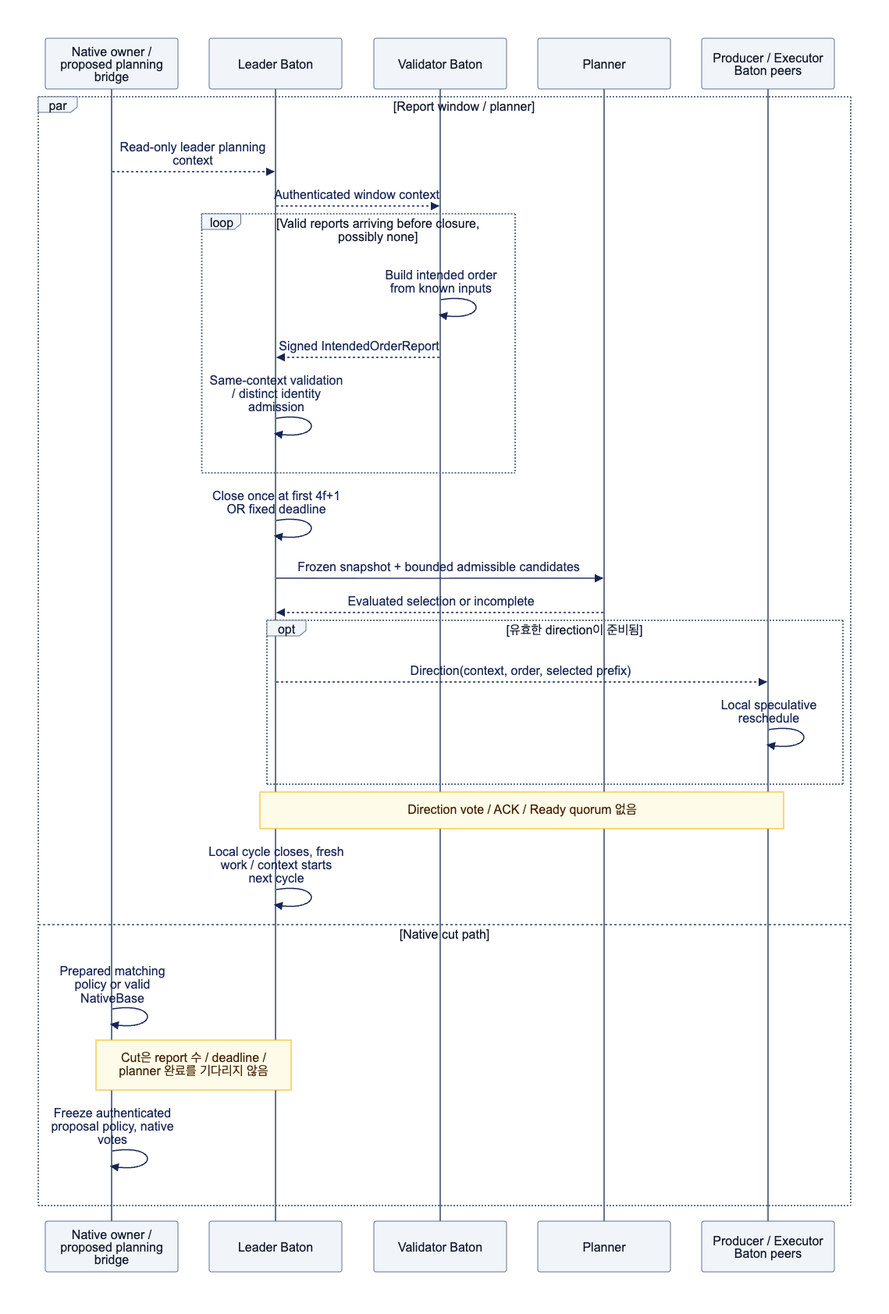
Before: docs/assets/diagrams/diagram-06.png, a diagram exported from Mermaid (djm07073/baton-research). Its source is kept beside it as docs/assets/diagrams/diagram-06.mmd.
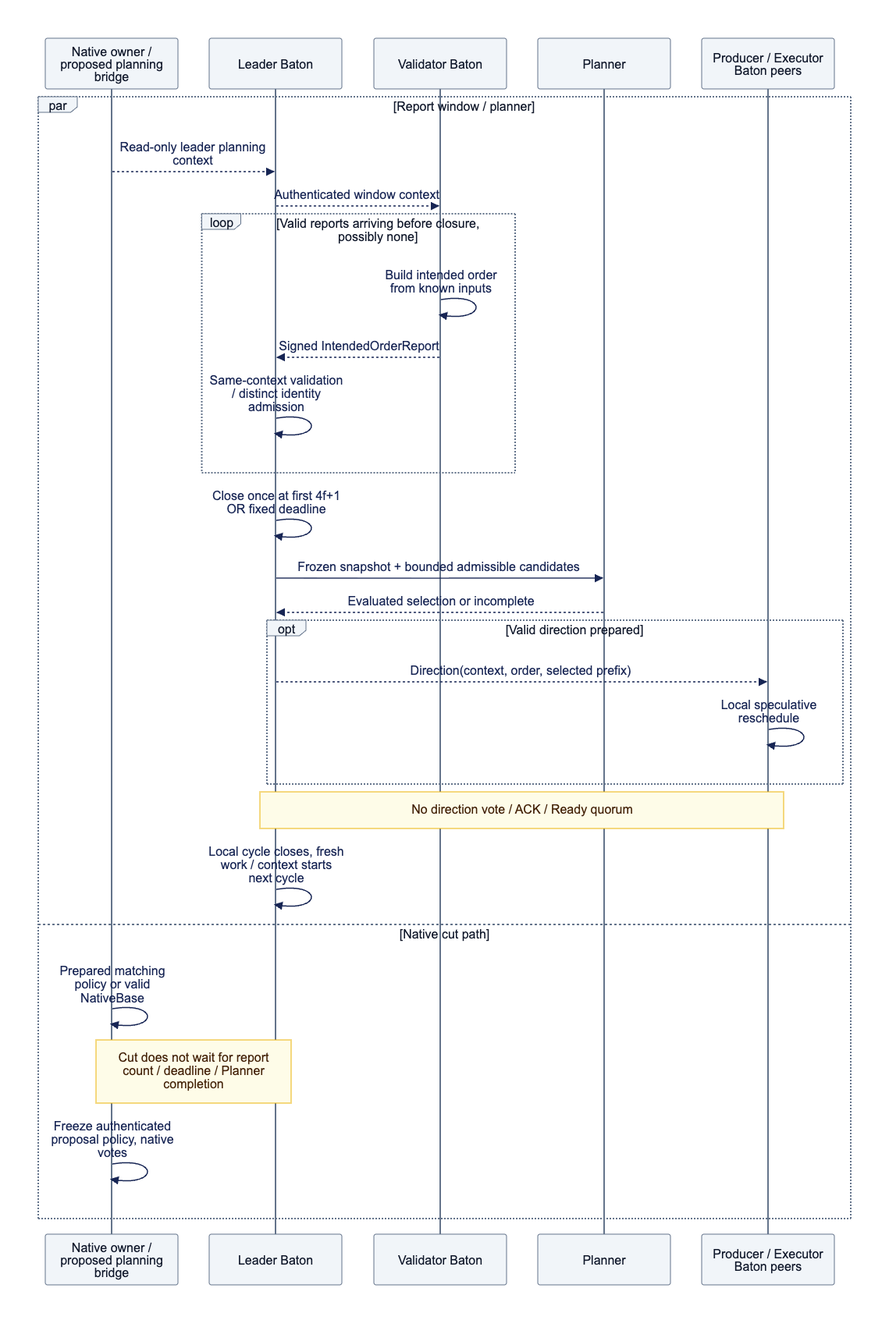
After the change.

Change to the diagram source:
```diff
@@ -15,14 +15,14 @@
         L->>L: Close once at first 4f+1 OR fixed deadline
         L->>P: Frozen snapshot + bounded admissible candidates
         P-->>L: Evaluated selection or incomplete
-        opt 유효한 direction이 준비됨
+        opt Valid direction prepared
             L-->>X: Direction(context, order, selected prefix)
             X->>X: Local speculative reschedule
         end
-        Note over L,X: Direction vote / ACK / Ready quorum 없음
+        Note over L,X: No direction vote / ACK / Ready quorum
         L->>L: Local cycle closes, fresh work / context starts next cycle
     and Native cut path
         N->>N: Prepared matching policy or valid NativeBase
-        Note over N,L: Cut은 report 수 / deadline / planner 완료를 기다리지 않음
+        Note over N,L: Cut does not wait for report count / deadline / Planner completion
         N->>N: Freeze authenticated proposal policy, native votes
     end
```
